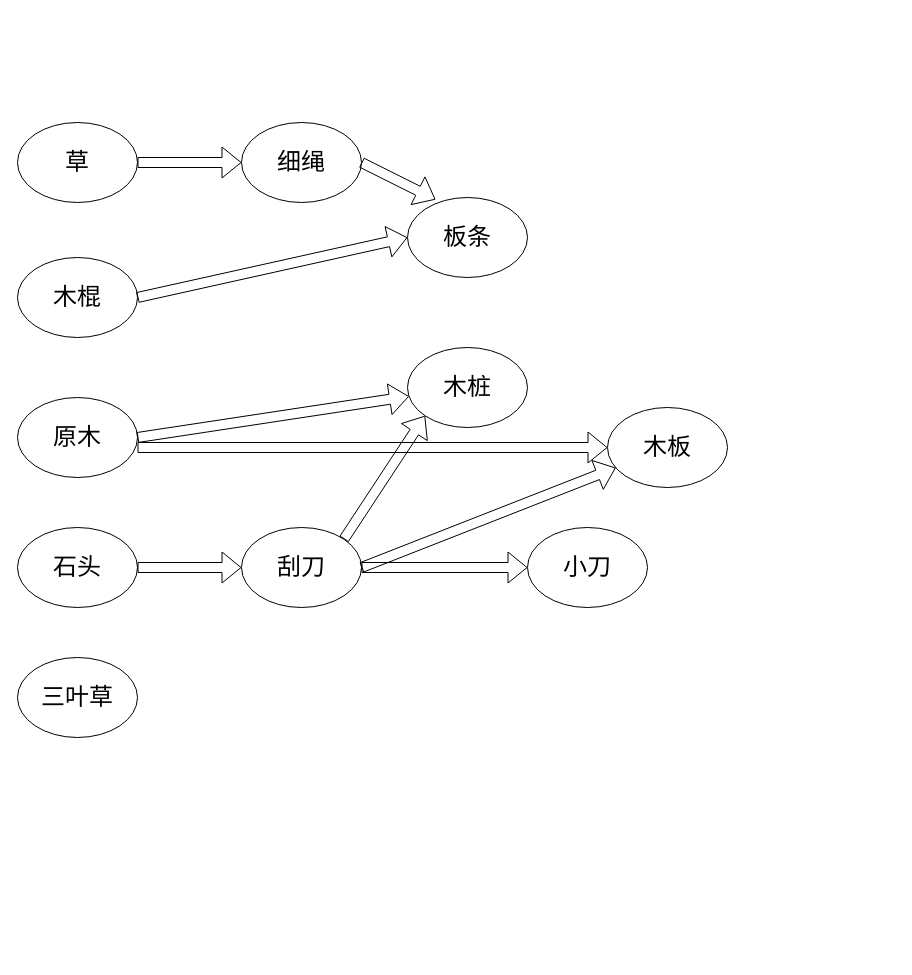
Before: page "第 1 页" (1 of 2) of ProductionChain.drawio in fanyixin0428/towerdefencegame, a draw.io diagram. Source tidied: cells renumbered, new cells numbered last; positions are measured from the earlier drawing's top-left corner, leaving out a move shared by most shapes. Both pictures are drawn from the tidied source at 100%, with x=0, y=0 at pixel (17, 122).
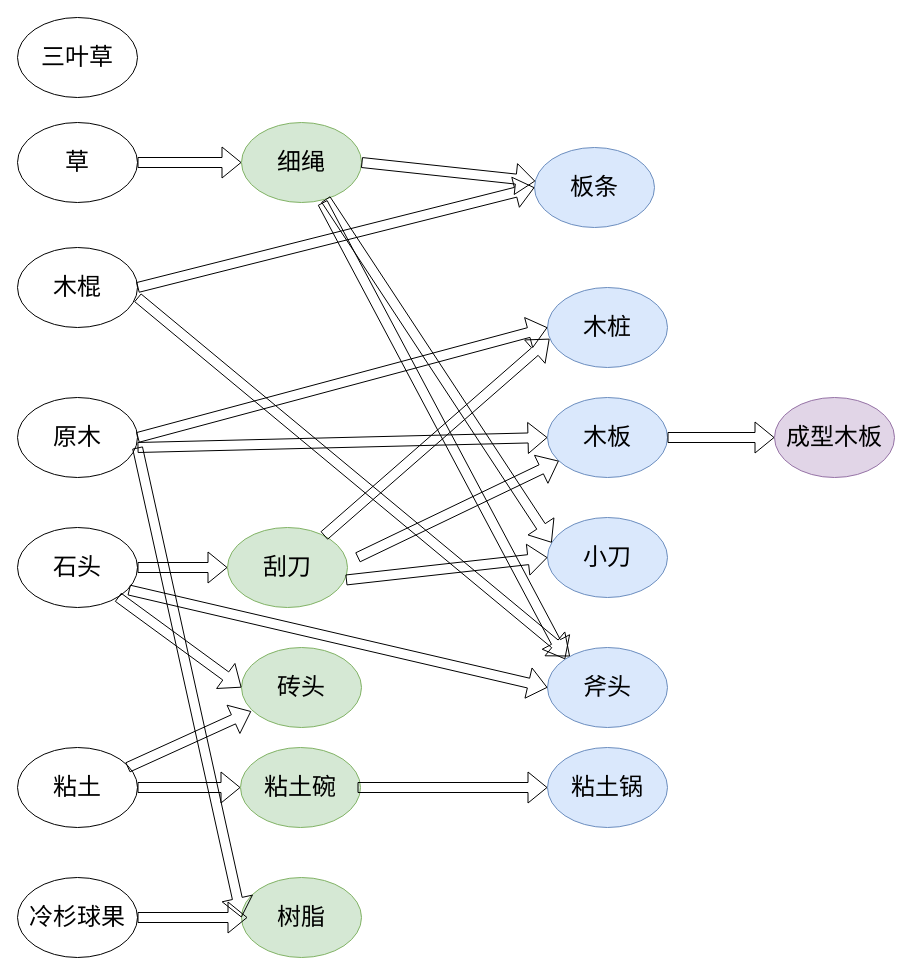
After the change.

The change refers to these unchanged cells:
```xml
<mxCell id="3" value="&lt;span style=&quot;font-size: 24px&quot;&gt;原木&lt;/span&gt;" style="ellipse;whiteSpace=wrap;html=1;" parent="1" vertex="1">
  <mxGeometry y="275" width="120" height="80" as="geometry" />
</mxCell>
<mxCell id="6" value="&lt;span style=&quot;font-size: 24px&quot;&gt;石头&lt;/span&gt;" style="ellipse;whiteSpace=wrap;html=1;" parent="1" vertex="1">
  <mxGeometry y="405" width="120" height="80" as="geometry" />
</mxCell>
```

What changed in the source:
```diff
@@
     <mxCell id="4" value="&lt;span style=&quot;font-size: 24px&quot;&gt;木棍&lt;/span&gt;" style="ellipse;whiteSpace=wrap;html=1;" parent="1" vertex="1">
-      <mxGeometry y="135" width="120" height="80" as="geometry" />
+      <mxGeometry y="125" width="120" height="80" as="geometry" />
     </mxCell>
     <mxCell id="5" value="&lt;span style=&quot;font-size: 24px&quot;&gt;三叶草&lt;/span&gt;" style="ellipse;whiteSpace=wrap;html=1;" parent="1" vertex="1">
-      <mxGeometry y="535" width="120" height="80" as="geometry" />
+      <mxGeometry y="-105" width="120" height="80" as="geometry" />
     </mxCell>
@@
-    <mxCell id="7" value="&lt;span style=&quot;font-size: 24px&quot;&gt;刮刀&lt;/span&gt;" style="ellipse;whiteSpace=wrap;html=1;" parent="1" vertex="1">
-      <mxGeometry x="224" y="405" width="120" height="80" as="geometry" />
+    <mxCell id="7" value="&lt;span style=&quot;font-size: 24px&quot;&gt;刮刀&lt;/span&gt;" style="ellipse;whiteSpace=wrap;html=1;fillColor=#d5e8d4;strokeColor=#82b366;" parent="1" vertex="1">
+      <mxGeometry x="210" y="405" width="120" height="80" as="geometry" />
     </mxCell>
-    <mxCell id="8" value="&lt;font style=&quot;font-size: 24px&quot;&gt;细绳&lt;/font&gt;" style="ellipse;whiteSpace=wrap;html=1;" parent="1" vertex="1">
+    <mxCell id="8" value="&lt;font style=&quot;font-size: 24px&quot;&gt;细绳&lt;/font&gt;" style="ellipse;whiteSpace=wrap;html=1;fillColor=#d5e8d4;strokeColor=#82b366;" parent="1" vertex="1">
       <mxGeometry x="224" width="120" height="80" as="geometry" />
     </mxCell>
-    <mxCell id="9" value="&lt;font style=&quot;font-size: 24px&quot;&gt;板条&lt;/font&gt;" style="ellipse;whiteSpace=wrap;html=1;" parent="1" vertex="1">
-      <mxGeometry x="390" y="75" width="120" height="80" as="geometry" />
+    <mxCell id="9" value="&lt;font style=&quot;font-size: 24px&quot;&gt;板条&lt;/font&gt;" style="ellipse;whiteSpace=wrap;html=1;fillColor=#dae8fc;strokeColor=#6c8ebf;" parent="1" vertex="1">
+      <mxGeometry x="517" y="25" width="120" height="80" as="geometry" />
     </mxCell>
-    <mxCell id="10" value="&lt;span style=&quot;font-size: 24px&quot;&gt;木板&lt;/span&gt;" style="ellipse;whiteSpace=wrap;html=1;" parent="1" vertex="1">
-      <mxGeometry x="590" y="285" width="120" height="80" as="geometry" />
+    <mxCell id="10" value="&lt;span style=&quot;font-size: 24px&quot;&gt;木板&lt;/span&gt;" style="ellipse;whiteSpace=wrap;html=1;fillColor=#dae8fc;strokeColor=#6c8ebf;" parent="1" vertex="1">
+      <mxGeometry x="530" y="275" width="120" height="80" as="geometry" />
     </mxCell>
-    <mxCell id="11" value="&lt;span style=&quot;font-size: 24px&quot;&gt;木桩&lt;/span&gt;" style="ellipse;whiteSpace=wrap;html=1;" parent="1" vertex="1">
-      <mxGeometry x="390" y="225" width="120" height="80" as="geometry" />
+    <mxCell id="11" value="&lt;span style=&quot;font-size: 24px&quot;&gt;木桩&lt;/span&gt;" style="ellipse;whiteSpace=wrap;html=1;fillColor=#dae8fc;strokeColor=#6c8ebf;" parent="1" vertex="1">
+      <mxGeometry x="530" y="165" width="120" height="80" as="geometry" />
     </mxCell>
@@
-    <mxCell id="14" style="shape=flexArrow;endArrow=classic;html=1;rounded=0;fontSize=24;exitX=1;exitY=0.5;exitDx=0;exitDy=0;entryX=0.233;entryY=0.025;entryDx=0;entryDy=0;entryPerimeter=0;" parent="1" edge="1" source="8" target="9">
+    <mxCell id="14" style="shape=flexArrow;endArrow=classic;html=1;rounded=0;fontSize=24;exitX=1;exitY=0.5;exitDx=0;exitDy=0;" parent="1" edge="1" source="8" target="9">
       <mxGeometry relative="1" as="geometry" />
     </mxCell>
@@
-    <mxCell id="16" style="shape=flexArrow;endArrow=classic;html=1;rounded=0;fontSize=24;exitX=1;exitY=0.5;exitDx=0;exitDy=0;" parent="1" edge="1" source="3" target="11">
+    <mxCell id="16" style="shape=flexArrow;endArrow=classic;html=1;rounded=0;fontSize=24;exitX=1;exitY=0.5;exitDx=0;exitDy=0;entryX=0;entryY=0.5;entryDx=0;entryDy=0;" parent="1" edge="1" source="3" target="11">
       <mxGeometry relative="1" as="geometry" />
     </mxCell>
@@
-    <mxCell id="18" style="shape=flexArrow;endArrow=classic;html=1;rounded=0;fontSize=24;exitX=1;exitY=0.5;exitDx=0;exitDy=0;" parent="1" edge="1" source="7" target="10">
-      <mxGeometry relative="1" as="geometry" />
+    <mxCell id="18" style="shape=flexArrow;endArrow=classic;html=1;rounded=0;fontSize=24;" parent="1" edge="1" target="10">
+      <mxGeometry relative="1" as="geometry">
+        <mxPoint x="340" y="435" as="sourcePoint" />
+      </mxGeometry>
     </mxCell>
-    <mxCell id="19" style="shape=flexArrow;endArrow=classic;html=1;rounded=0;fontSize=24;exitX=1;exitY=0;exitDx=0;exitDy=0;entryX=0;entryY=1;entryDx=0;entryDy=0;" parent="1" edge="1" source="7" target="11">
+    <mxCell id="19" style="shape=flexArrow;endArrow=classic;html=1;rounded=0;fontSize=24;entryX=0.017;entryY=0.641;entryDx=0;entryDy=0;entryPerimeter=0;" parent="1" edge="1" source="7" target="11">
       <mxGeometry relative="1" as="geometry" />
     </mxCell>
-    <mxCell id="20" value="&lt;span style=&quot;font-size: 24px&quot;&gt;小刀&lt;/span&gt;" style="ellipse;whiteSpace=wrap;html=1;" parent="1" vertex="1">
-      <mxGeometry x="510" y="405" width="120" height="80" as="geometry" />
+    <mxCell id="20" value="&lt;span style=&quot;font-size: 24px&quot;&gt;小刀&lt;/span&gt;" style="ellipse;whiteSpace=wrap;html=1;fillColor=#dae8fc;strokeColor=#6c8ebf;" parent="1" vertex="1">
+      <mxGeometry x="530" y="395" width="120" height="80" as="geometry" />
     </mxCell>
-    <mxCell id="21" style="shape=flexArrow;endArrow=classic;html=1;rounded=0;fontSize=24;entryX=0;entryY=0.5;entryDx=0;entryDy=0;exitX=1;exitY=0.5;exitDx=0;exitDy=0;" parent="1" edge="1" source="7" target="20">
+    <mxCell id="21" style="shape=flexArrow;endArrow=classic;html=1;rounded=0;fontSize=24;entryX=0;entryY=0.5;entryDx=0;entryDy=0;exitX=0.987;exitY=0.656;exitDx=0;exitDy=0;exitPerimeter=0;" parent="1" edge="1" source="7" target="20">
       <mxGeometry relative="1" as="geometry" />
     </mxCell>
+    <mxCell id="22" style="shape=flexArrow;endArrow=classic;html=1;rounded=0;fontSize=24;entryX=0.035;entryY=0.315;entryDx=0;entryDy=0;entryPerimeter=0;" parent="1" edge="1" source="8" target="20">
+      <mxGeometry relative="1" as="geometry" />
+    </mxCell>
+    <mxCell id="23" value="&lt;span style=&quot;font-size: 24px&quot;&gt;粘土&lt;/span&gt;" style="ellipse;whiteSpace=wrap;html=1;" parent="1" vertex="1">
+      <mxGeometry y="625" width="120" height="80" as="geometry" />
+    </mxCell>
+    <mxCell id="24" value="&lt;span style=&quot;font-size: 24px&quot;&gt;粘土碗&lt;/span&gt;" style="ellipse;whiteSpace=wrap;html=1;fillColor=#d5e8d4;strokeColor=#82b366;" parent="1" vertex="1">
+      <mxGeometry x="223" y="625" width="120" height="80" as="geometry" />
+    </mxCell>
+    <mxCell id="25" style="shape=flexArrow;endArrow=classic;html=1;rounded=0;fontSize=24;exitX=1;exitY=0.5;exitDx=0;exitDy=0;entryX=0;entryY=0.5;entryDx=0;entryDy=0;" parent="1" edge="1" source="23" target="24">
+      <mxGeometry relative="1" as="geometry" />
+    </mxCell>
+    <mxCell id="26" value="&lt;span style=&quot;font-size: 24px&quot;&gt;粘土锅&lt;/span&gt;" style="ellipse;whiteSpace=wrap;html=1;fillColor=#dae8fc;strokeColor=#6c8ebf;" parent="1" vertex="1">
+      <mxGeometry x="530" y="625" width="120" height="80" as="geometry" />
+    </mxCell>
+    <mxCell id="27" style="shape=flexArrow;endArrow=classic;html=1;rounded=0;fontSize=24;" parent="1" edge="1" target="26">
+      <mxGeometry relative="1" as="geometry">
+        <mxPoint x="340" y="665" as="sourcePoint" />
+      </mxGeometry>
+    </mxCell>
+    <mxCell id="28" value="&lt;span style=&quot;font-size: 24px&quot;&gt;斧头&lt;/span&gt;" style="ellipse;whiteSpace=wrap;html=1;fillColor=#dae8fc;strokeColor=#6c8ebf;" parent="1" vertex="1">
+      <mxGeometry x="530" y="525" width="120" height="80" as="geometry" />
+    </mxCell>
+    <mxCell id="29" style="shape=flexArrow;endArrow=classic;html=1;rounded=0;fontSize=24;exitX=0.675;exitY=1;exitDx=0;exitDy=0;exitPerimeter=0;entryX=0;entryY=0;entryDx=0;entryDy=0;" parent="1" edge="1" source="8" target="28">
+      <mxGeometry relative="1" as="geometry" />
+    </mxCell>
+    <mxCell id="30" style="shape=flexArrow;endArrow=classic;html=1;rounded=0;fontSize=24;" parent="1" edge="1" target="28">
+      <mxGeometry relative="1" as="geometry">
+        <mxPoint x="120" y="175" as="sourcePoint" />
+      </mxGeometry>
+    </mxCell>
+    <mxCell id="31" style="shape=flexArrow;endArrow=classic;html=1;rounded=0;fontSize=24;entryX=0;entryY=0.5;entryDx=0;entryDy=0;exitX=0.927;exitY=0.781;exitDx=0;exitDy=0;exitPerimeter=0;" parent="1" edge="1" source="6" target="28">
+      <mxGeometry relative="1" as="geometry" />
+    </mxCell>
+    <mxCell id="32" value="&lt;span style=&quot;font-size: 24px&quot;&gt;砖头&lt;/span&gt;" style="ellipse;whiteSpace=wrap;html=1;fillColor=#d5e8d4;strokeColor=#82b366;" parent="1" vertex="1">
+      <mxGeometry x="224" y="525" width="120" height="80" as="geometry" />
+    </mxCell>
+    <mxCell id="33" style="shape=flexArrow;endArrow=classic;html=1;rounded=0;fontSize=24;entryX=0;entryY=0.5;entryDx=0;entryDy=0;" parent="1" edge="1" source="6" target="32">
+      <mxGeometry relative="1" as="geometry" />
+    </mxCell>
+    <mxCell id="34" style="shape=flexArrow;endArrow=classic;html=1;rounded=0;fontSize=24;exitX=1;exitY=0.5;exitDx=0;exitDy=0;entryX=0.081;entryY=0.797;entryDx=0;entryDy=0;entryPerimeter=0;" parent="1" edge="1" target="32">
+      <mxGeometry relative="1" as="geometry">
+        <mxPoint x="110" y="645" as="sourcePoint" />
+      </mxGeometry>
+    </mxCell>
+    <mxCell id="35" value="&lt;span style=&quot;font-size: 24px&quot;&gt;成型木板&lt;/span&gt;" style="ellipse;whiteSpace=wrap;html=1;fillColor=#e1d5e7;strokeColor=#9673a6;" parent="1" vertex="1">
+      <mxGeometry x="757" y="275" width="120" height="80" as="geometry" />
+    </mxCell>
+    <mxCell id="36" style="shape=flexArrow;endArrow=classic;html=1;rounded=0;fontSize=24;entryX=0;entryY=0.5;entryDx=0;entryDy=0;" parent="1" edge="1" target="35">
+      <mxGeometry relative="1" as="geometry">
+        <mxPoint x="650" y="315" as="sourcePoint" />
+      </mxGeometry>
+    </mxCell>
+    <mxCell id="37" value="&lt;span style=&quot;font-size: 24px&quot;&gt;冷杉球果&lt;/span&gt;" style="ellipse;whiteSpace=wrap;html=1;" parent="1" vertex="1">
+      <mxGeometry y="755" width="120" height="80" as="geometry" />
+    </mxCell>
+    <mxCell id="38" value="&lt;span style=&quot;font-size: 24px&quot;&gt;树脂&lt;/span&gt;" style="ellipse;whiteSpace=wrap;html=1;fillColor=#d5e8d4;strokeColor=#82b366;" parent="1" vertex="1">
+      <mxGeometry x="224" y="755" width="120" height="80" as="geometry" />
+    </mxCell>
+    <mxCell id="39" style="shape=flexArrow;endArrow=classic;html=1;rounded=0;fontSize=24;entryX=0;entryY=0.5;entryDx=0;entryDy=0;" parent="1" edge="1" target="38">
+      <mxGeometry relative="1" as="geometry">
+        <mxPoint x="120" y="325" as="sourcePoint" />
+      </mxGeometry>
+    </mxCell>
+    <mxCell id="40" style="shape=flexArrow;endArrow=classic;html=1;rounded=0;fontSize=24;exitX=1;exitY=0.5;exitDx=0;exitDy=0;" parent="1" edge="1" source="37">
+      <mxGeometry relative="1" as="geometry">
+        <mxPoint x="230" y="795" as="targetPoint" />
+      </mxGeometry>
+    </mxCell>
```
